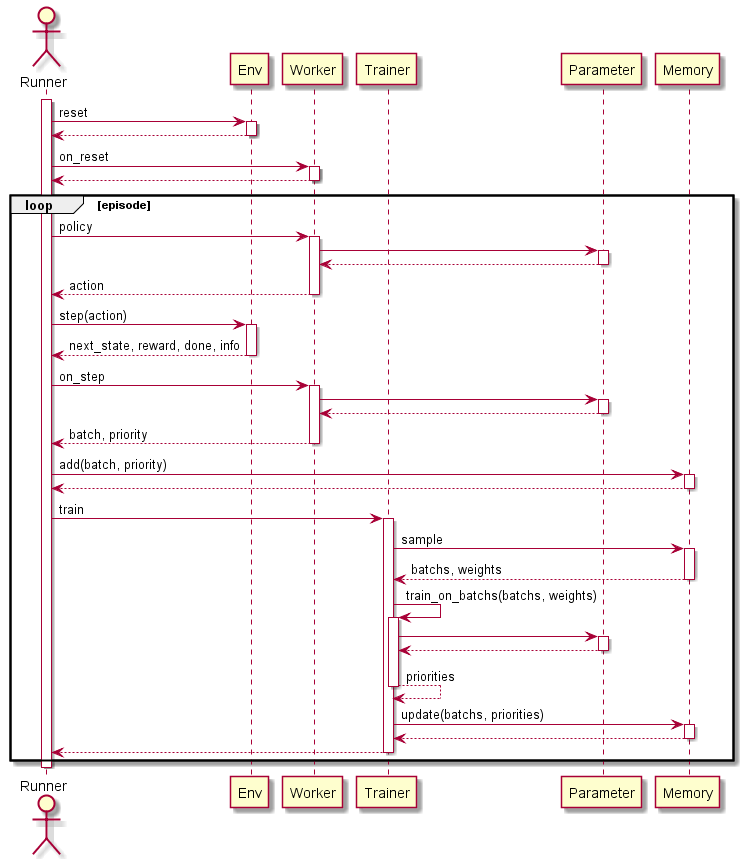
Before: diagrams/sync_flow.png, a diagram exported from PlantUML (pocokhc/simple_distributed_rl).
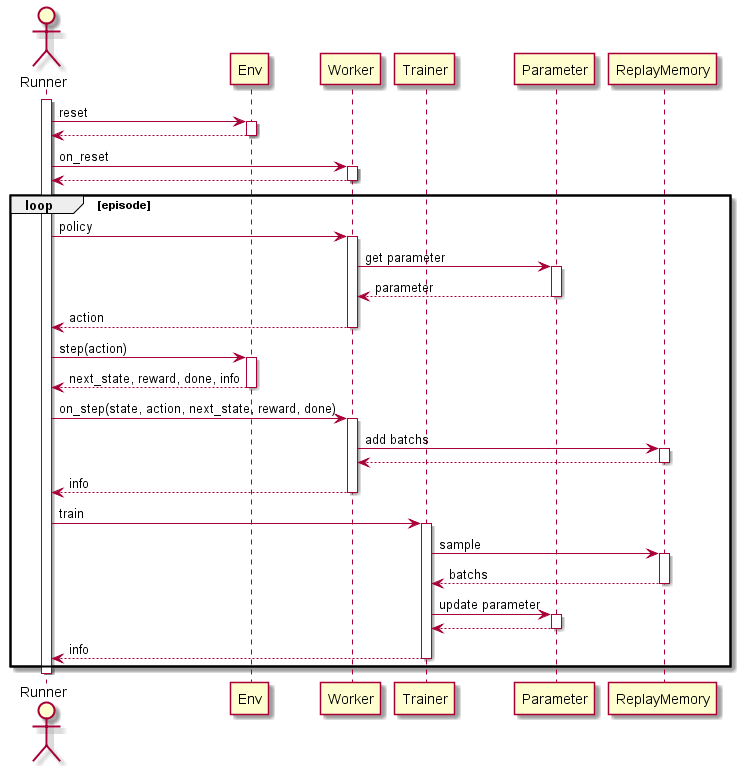
After the change.

Change to the diagram source:
```diff
@@ -6,7 +6,7 @@
 participant Worker
 participant Trainer
 participant Parameter
-participant Memory
+participant ReplayMemory
 
 
 activate Runner
@@ -18,30 +18,24 @@
 
 loop episode
     Runner -> Worker: policy
-        Worker -> Parameter
-        return
+        Worker -> Parameter: get parameter
+        return parameter
     return action
     Runner -> Env: step(action)
     return next_state, reward, done, info
 
-    Runner -> Worker: on_step
-        Worker -> Parameter
+    Runner -> Worker: on_step(state, action, next_state, reward, done)
+        Worker -> ReplayMemory: add batchs
         return
-    return batch, priority
-
-    Runner -> Memory: add(batch, priority)
-    return
+    return info
 
     Runner -> Trainer: train
-        Trainer -> Memory: sample
-        return batchs, weights
-        Trainer -> Trainer: train_on_batchs(batchs, weights)
-            Trainer -> Parameter:
-            return
-        return priorities
-        Trainer -> Memory: update(batchs, priorities)
+        Trainer -> ReplayMemory: sample
+        return batchs
+
+        Trainer -> Parameter: update parameter
         return
-    return
+    return info
 
 end
 deactivate Runner
```
